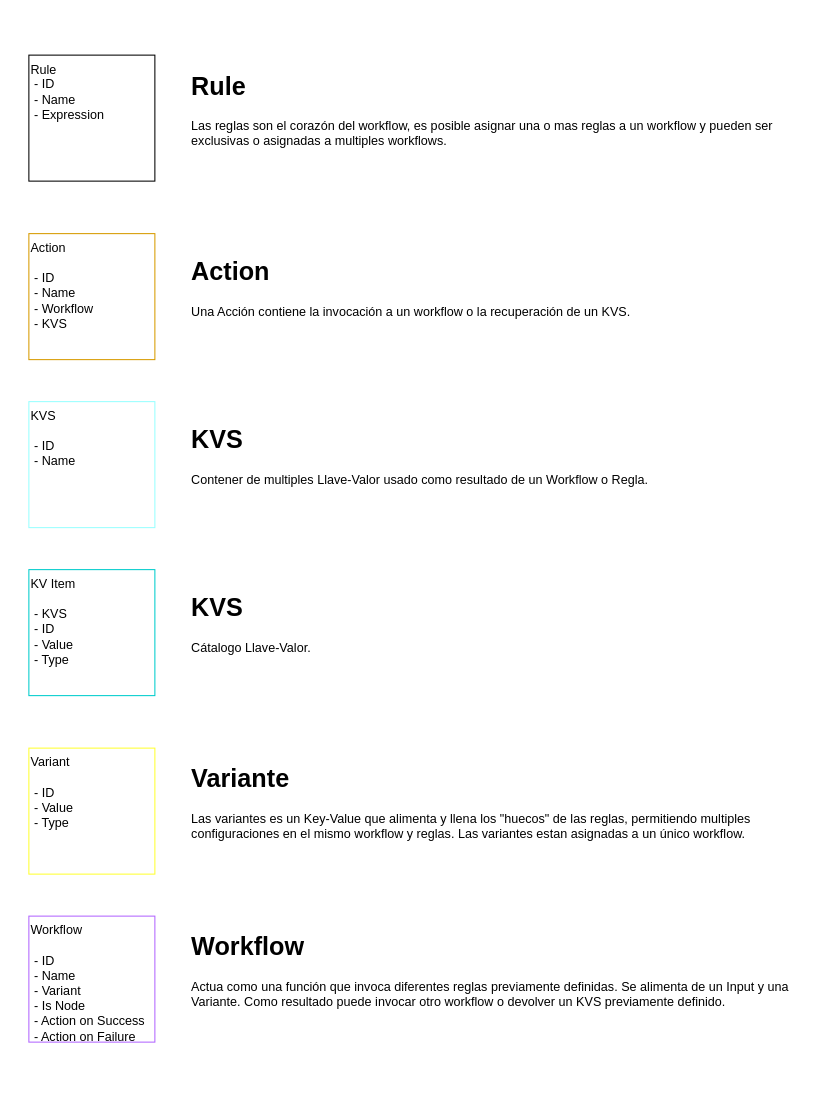
edervzz/nrules keeps this draw.io diagram as page "Componentes" (2 of 3) of NRule.drawio. Above is the earlier version. Source tidied: cells renumbered, new cells numbered last; positions are measured from the earlier drawing's top-left corner, leaving out a move shared by most shapes. Both pictures are drawn from the tidied source at 105%, with x=0, y=0 at pixel (28, 55).
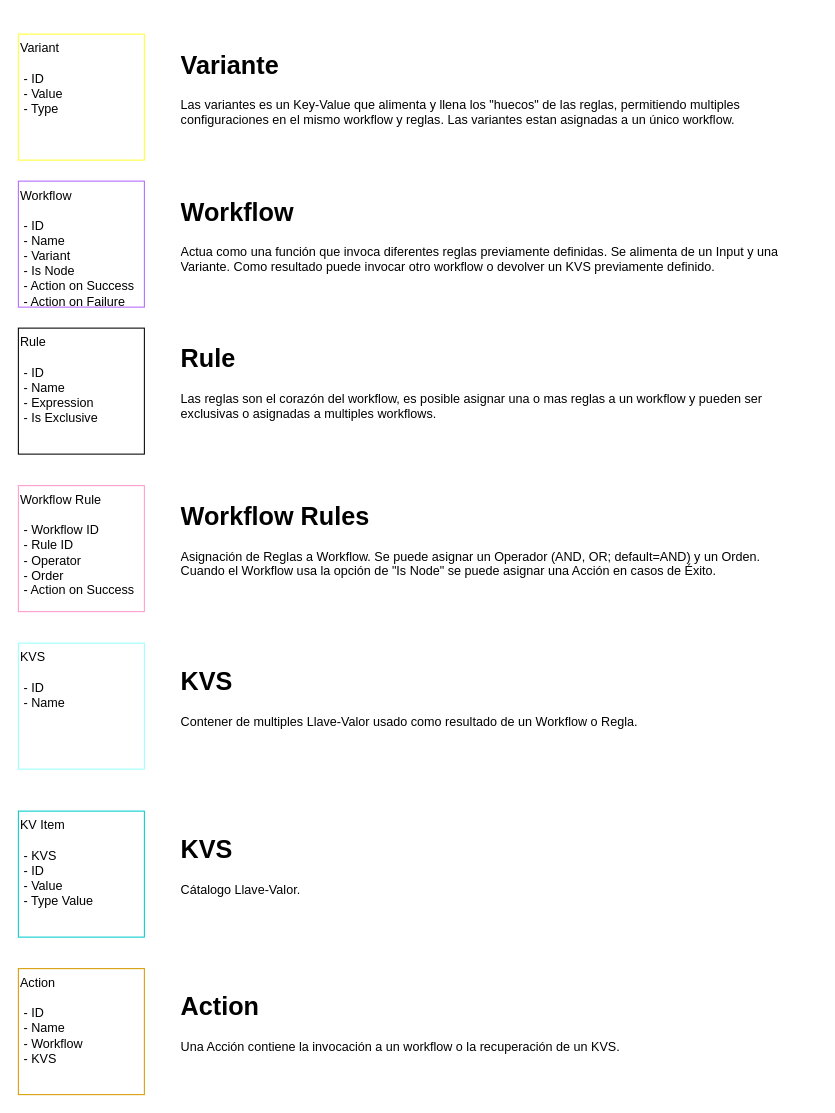
After the change.

What changed in the source:
```diff
@@
 <mxGraphModel>
   <root>
     <mxCell id="0" />
     <mxCell id="1" parent="0" />
-    <mxCell id="2" value="Rule&lt;br&gt;&amp;nbsp;- ID&lt;br&gt;&amp;nbsp;- Name&lt;br&gt;&amp;nbsp;- Expression" style="rounded=0;whiteSpace=wrap;html=1;align=left;verticalAlign=top;" parent="1" vertex="1">
-      <mxGeometry width="120" height="120" as="geometry" />
+    <mxCell id="2" value="Rule&lt;br&gt;&lt;br&gt;&amp;nbsp;- ID&lt;br&gt;&amp;nbsp;- Name&lt;br&gt;&amp;nbsp;- Expression&lt;br&gt;&amp;nbsp;- Is Exclusive" style="rounded=0;whiteSpace=wrap;html=1;align=left;verticalAlign=top;strokeColor=default;" parent="1" vertex="1">
+      <mxGeometry x="-10" y="260" width="120" height="120" as="geometry" />
     </mxCell>
     <mxCell id="3" value="&lt;h1&gt;Rule&lt;/h1&gt;&lt;p&gt;Las reglas son el corazón del workflow, es posible asignar una o mas reglas a un workflow y pueden ser exclusivas o asignadas a multiples workflows.&lt;/p&gt;" style="text;html=1;strokeColor=none;fillColor=none;spacing=5;spacingTop=-20;whiteSpace=wrap;overflow=hidden;rounded=0;verticalAlign=middle;" parent="1" vertex="1">
-      <mxGeometry x="150" width="600" height="120" as="geometry" />
+      <mxGeometry x="140" y="260" width="600" height="120" as="geometry" />
     </mxCell>
     <mxCell id="4" value="Action&lt;br&gt;&lt;br&gt;&amp;nbsp;- ID&lt;br&gt;&amp;nbsp;- Name&lt;br&gt;&amp;nbsp;- Workflow&lt;br&gt;&amp;nbsp;- KVS" style="rounded=0;whiteSpace=wrap;html=1;strokeColor=#d79b00;fillColor=none;gradientColor=#ffa500;align=left;verticalAlign=top;" parent="1" vertex="1">
-      <mxGeometry y="170" width="120" height="120" as="geometry" />
+      <mxGeometry x="-10" y="870" width="120" height="120" as="geometry" />
     </mxCell>
     <mxCell id="5" value="&lt;h1&gt;Action&lt;/h1&gt;&lt;p&gt;Una Acción contiene la invocación a un workflow o la recuperación de un KVS.&lt;/p&gt;" style="text;html=1;strokeColor=none;fillColor=none;spacing=5;spacingTop=-20;whiteSpace=wrap;overflow=hidden;rounded=0;verticalAlign=middle;" parent="1" vertex="1">
-      <mxGeometry x="150" y="170" width="600" height="120" as="geometry" />
+      <mxGeometry x="140" y="870" width="600" height="120" as="geometry" />
     </mxCell>
     <mxCell id="6" value="KVS&lt;br&gt;&lt;br&gt;&amp;nbsp;- ID&lt;br&gt;&amp;nbsp;- Name" style="rounded=0;whiteSpace=wrap;html=1;strokeColor=#99FFFF;fillColor=none;gradientColor=#ffa500;align=left;verticalAlign=top;" parent="1" vertex="1">
-      <mxGeometry y="330" width="120" height="120" as="geometry" />
+      <mxGeometry x="-10" y="560" width="120" height="120" as="geometry" />
     </mxCell>
     <mxCell id="7" value="&lt;h1&gt;KVS&lt;/h1&gt;&lt;p&gt;Contener de multiples Llave-Valor usado como resultado de un Workflow o Regla.&lt;/p&gt;" style="text;html=1;strokeColor=none;fillColor=none;spacing=5;spacingTop=-20;whiteSpace=wrap;overflow=hidden;rounded=0;verticalAlign=middle;" parent="1" vertex="1">
-      <mxGeometry x="150" y="330" width="600" height="120" as="geometry" />
+      <mxGeometry x="140" y="560" width="600" height="120" as="geometry" />
     </mxCell>
     <mxCell id="8" value="Variant&lt;br&gt;&lt;br&gt;&amp;nbsp;- ID&lt;br&gt;&amp;nbsp;- Value&lt;br&gt;&amp;nbsp;- Type" style="rounded=0;whiteSpace=wrap;html=1;strokeColor=#FFFF33;fillColor=none;gradientColor=#ffd966;align=left;verticalAlign=top;" parent="1" vertex="1">
-      <mxGeometry y="660" width="120" height="120" as="geometry" />
+      <mxGeometry x="-10" y="-20" width="120" height="120" as="geometry" />
     </mxCell>
     <mxCell id="9" value="&lt;h1&gt;Variante&lt;/h1&gt;&lt;p&gt;Las variantes es un Key-Value que alimenta y llena los &quot;huecos&quot; de las reglas, permitiendo multiples configuraciones en el mismo workflow y reglas. Las variantes estan asignadas a un único workflow.&lt;/p&gt;" style="text;html=1;strokeColor=none;fillColor=none;spacing=5;spacingTop=-20;whiteSpace=wrap;overflow=hidden;rounded=0;verticalAlign=middle;" parent="1" vertex="1">
-      <mxGeometry x="150" y="660" width="600" height="120" as="geometry" />
+      <mxGeometry x="140" y="-20" width="600" height="120" as="geometry" />
     </mxCell>
     <mxCell id="10" value="Workflow&lt;br&gt;&lt;br&gt;&amp;nbsp;- ID&lt;br&gt;&amp;nbsp;- Name&lt;br&gt;&amp;nbsp;- Variant&lt;br&gt;&amp;nbsp;- Is Node&lt;br&gt;&amp;nbsp;- Action on Success&lt;br&gt;&amp;nbsp;- Action on Failure" style="rounded=0;whiteSpace=wrap;html=1;verticalAlign=top;align=left;fillColor=none;strokeColor=#B266FF;gradientDirection=south;gradientColor=#7ea6e0;" parent="1" vertex="1">
-      <mxGeometry y="820" width="120" height="120" as="geometry" />
+      <mxGeometry x="-10" y="120" width="120" height="120" as="geometry" />
     </mxCell>
     <mxCell id="11" value="&lt;h1&gt;Workflow&lt;/h1&gt;&lt;p&gt;Actua como una función que invoca diferentes reglas previamente definidas. Se alimenta de un Input y una Variante. Como resultado puede invocar otro workflow o devolver un KVS previamente definido.&lt;/p&gt;" style="text;html=1;strokeColor=none;fillColor=none;spacing=5;spacingTop=-20;whiteSpace=wrap;overflow=hidden;rounded=0;verticalAlign=middle;" parent="1" vertex="1">
-      <mxGeometry x="150" y="820" width="600" height="120" as="geometry" />
+      <mxGeometry x="140" y="120" width="600" height="120" as="geometry" />
     </mxCell>
-    <mxCell id="12" value="KV Item&lt;br&gt;&lt;br&gt;&amp;nbsp;- KVS&lt;br&gt;&amp;nbsp;- ID&lt;br&gt;&amp;nbsp;- Value&lt;br&gt;&amp;nbsp;- Type" style="rounded=0;whiteSpace=wrap;html=1;strokeColor=#00CCCC;fillColor=none;gradientColor=#ffa500;align=left;verticalAlign=top;" parent="1" vertex="1">
-      <mxGeometry y="490" width="120" height="120" as="geometry" />
+    <mxCell id="12" value="KV Item&lt;br&gt;&lt;br&gt;&amp;nbsp;- KVS&lt;br&gt;&amp;nbsp;- ID&lt;br&gt;&amp;nbsp;- Value&lt;br&gt;&amp;nbsp;- Type Value" style="rounded=0;whiteSpace=wrap;html=1;strokeColor=#00CCCC;fillColor=none;gradientColor=#ffa500;align=left;verticalAlign=top;" parent="1" vertex="1">
+      <mxGeometry x="-10" y="720" width="120" height="120" as="geometry" />
     </mxCell>
     <mxCell id="13" value="&lt;h1&gt;KVS&lt;/h1&gt;&lt;p&gt;Cátalogo Llave-Valor.&lt;/p&gt;" style="text;html=1;strokeColor=none;fillColor=none;spacing=5;spacingTop=-20;whiteSpace=wrap;overflow=hidden;rounded=0;verticalAlign=middle;" parent="1" vertex="1">
-      <mxGeometry x="150" y="490" width="600" height="120" as="geometry" />
+      <mxGeometry x="140" y="720" width="600" height="120" as="geometry" />
     </mxCell>
+    <mxCell id="14" value="Workflow Rule&lt;br&gt;&lt;br&gt;&amp;nbsp;- Workflow ID&lt;br&gt;&amp;nbsp;- Rule ID&lt;br&gt;&amp;nbsp;- Operator&lt;br&gt;&amp;nbsp;- Order&lt;br&gt;&amp;nbsp;- Action on Success" style="rounded=0;whiteSpace=wrap;html=1;align=left;verticalAlign=top;strokeColor=#FF99CC;" parent="1" vertex="1">
+      <mxGeometry x="-10" y="410" width="120" height="120" as="geometry" />
+    </mxCell>
+    <mxCell id="15" value="&lt;h1&gt;Workflow Rules&lt;/h1&gt;&lt;p&gt;Asignación de Reglas a Workflow. Se puede asignar un Operador (AND, OR; default=AND) y un Orden. Cuando el Workflow usa la opción de &quot;Is Node&quot; se puede asignar una Acción en casos de Éxito.&lt;/p&gt;" style="text;html=1;strokeColor=none;fillColor=none;spacing=5;spacingTop=-20;whiteSpace=wrap;overflow=hidden;rounded=0;verticalAlign=middle;" parent="1" vertex="1">
+      <mxGeometry x="140" y="410" width="600" height="120" as="geometry" />
+    </mxCell>
   </root>
 </mxGraphModel>
```
